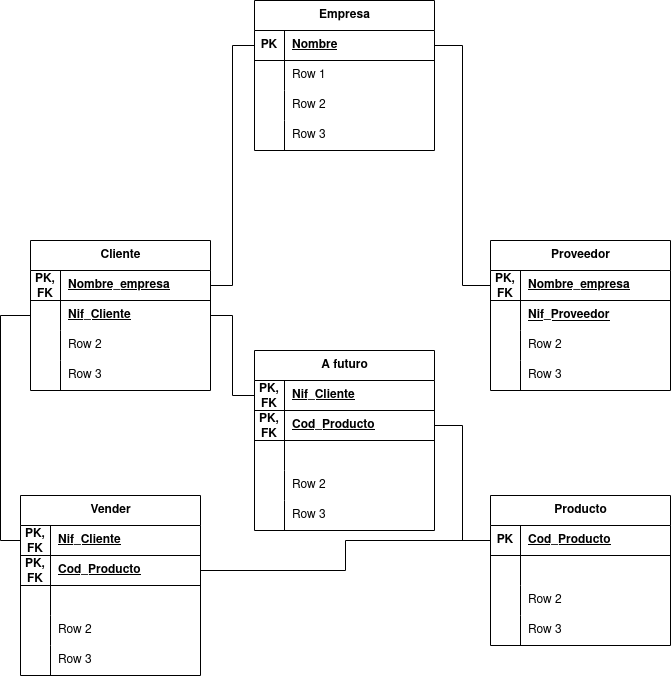
Before: Unidad-1/Tareas/Tareas-evaluables/Tarea-evaluable-5/tarea-empresa-compraventa.drawio.png, a diagram exported from draw.io (LuisMGlez/base-datos). Source tidied: cells renumbered, new cells last; positions are measured from the earlier drawing's top-left corner, leaving out a move shared by most shapes.
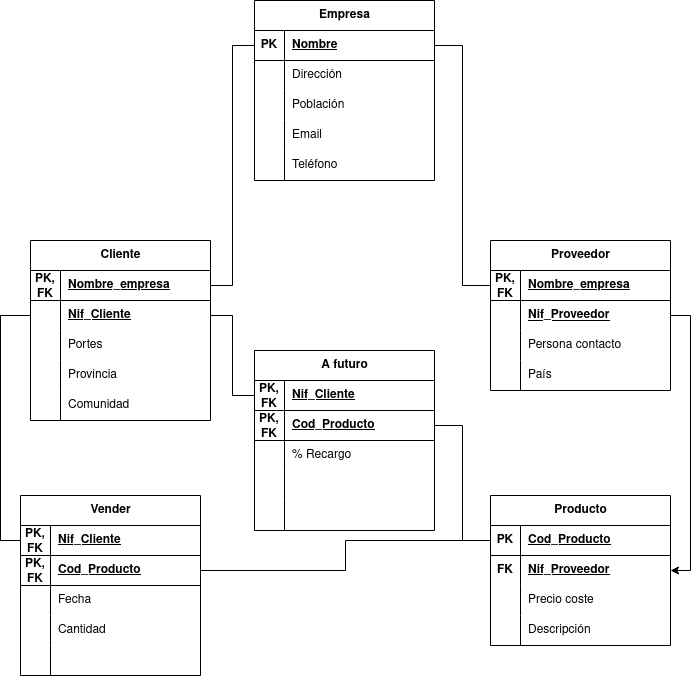
The same diagram one commit later.

The edit, as a diff of the source:
```diff
@@ -3,7 +3,7 @@
     <mxCell id="0" />
     <mxCell id="1" parent="0" />
     <mxCell id="2" value="Cliente" style="shape=table;startSize=30;rowLines=0;fontStyle=1;align=center;html=1;" parent="1" vertex="1">
-      <mxGeometry x="10" y="240" width="180" height="150" as="geometry" />
+      <mxGeometry x="10" y="240" width="180" height="180" as="geometry" />
     </mxCell>
     <mxCell id="3" style="shape=tableRow;horizontal=0;startSize=0;swimlaneHead=0;swimlaneBody=0;fillColor=none;points=[[0,0.5],[1,0.5]];portConstraint=eastwest;top=0;left=0;right=0;bottom=1;" parent="2" vertex="1">
       <mxGeometry y="30" width="180" height="30" as="geometry" />
@@ -23,26 +23,35 @@
     <mxCell id="8" value="&lt;b&gt;&lt;u&gt;Nif_Cliente&lt;/u&gt;&lt;/b&gt;" style="shape=partialRectangle;fillColor=none;top=0;left=0;bottom=0;right=0;align=left;spacingLeft=6;overflow=hidden;whiteSpace=wrap;html=1;" parent="6" vertex="1">
       <mxGeometry x="30" width="150" height="30" as="geometry" />
     </mxCell>
+    <mxCell id="92" style="shape=tableRow;horizontal=0;startSize=0;swimlaneHead=0;swimlaneBody=0;fillColor=none;top=0;left=0;right=0;bottom=0;" parent="2" vertex="1">
+      <mxGeometry y="90" width="180" height="30" as="geometry" />
+    </mxCell>
+    <mxCell id="93" style="shape=partialRectangle;fillColor=none;top=0;left=0;bottom=0;right=0;overflow=hidden;whiteSpace=wrap;html=1;" parent="92" vertex="1">
+      <mxGeometry width="30" height="30" as="geometry" />
+    </mxCell>
+    <mxCell id="94" value="Portes" style="shape=partialRectangle;fillColor=none;top=0;left=0;bottom=0;right=0;align=left;spacingLeft=6;overflow=hidden;whiteSpace=wrap;html=1;" parent="92" vertex="1">
+      <mxGeometry x="30" width="150" height="30" as="geometry" />
+    </mxCell>
     <mxCell id="9" style="shape=tableRow;horizontal=0;startSize=0;swimlaneHead=0;swimlaneBody=0;fillColor=none;top=0;left=0;right=0;bottom=0;" parent="2" vertex="1">
-      <mxGeometry y="90" width="180" height="30" as="geometry" />
+      <mxGeometry y="120" width="180" height="30" as="geometry" />
     </mxCell>
     <mxCell id="10" style="shape=partialRectangle;fillColor=none;top=0;left=0;bottom=0;right=0;overflow=hidden;whiteSpace=wrap;html=1;" parent="9" vertex="1">
       <mxGeometry width="30" height="30" as="geometry" />
     </mxCell>
-    <mxCell id="11" value="Row 2" style="shape=partialRectangle;fillColor=none;top=0;left=0;bottom=0;right=0;align=left;spacingLeft=6;overflow=hidden;whiteSpace=wrap;html=1;" parent="9" vertex="1">
+    <mxCell id="11" value="Provincia" style="shape=partialRectangle;fillColor=none;top=0;left=0;bottom=0;right=0;align=left;spacingLeft=6;overflow=hidden;whiteSpace=wrap;html=1;" parent="9" vertex="1">
       <mxGeometry x="30" width="150" height="30" as="geometry" />
     </mxCell>
     <mxCell id="12" style="shape=tableRow;horizontal=0;startSize=0;swimlaneHead=0;swimlaneBody=0;fillColor=none;top=0;left=0;right=0;bottom=0;" parent="2" vertex="1">
-      <mxGeometry y="120" width="180" height="30" as="geometry" />
+      <mxGeometry y="150" width="180" height="30" as="geometry" />
     </mxCell>
     <mxCell id="13" style="shape=partialRectangle;fillColor=none;top=0;left=0;bottom=0;right=0;overflow=hidden;whiteSpace=wrap;html=1;" parent="12" vertex="1">
       <mxGeometry width="30" height="30" as="geometry" />
     </mxCell>
-    <mxCell id="14" value="Row 3" style="shape=partialRectangle;fillColor=none;top=0;left=0;bottom=0;right=0;align=left;spacingLeft=6;overflow=hidden;whiteSpace=wrap;html=1;" parent="12" vertex="1">
+    <mxCell id="14" value="Comunidad" style="shape=partialRectangle;fillColor=none;top=0;left=0;bottom=0;right=0;align=left;spacingLeft=6;overflow=hidden;whiteSpace=wrap;html=1;" parent="12" vertex="1">
       <mxGeometry x="30" width="150" height="30" as="geometry" />
     </mxCell>
     <mxCell id="15" value="Empresa" style="shape=table;startSize=30;rowLines=0;fontStyle=1;align=center;html=1;" parent="1" vertex="1">
-      <mxGeometry x="234" width="180" height="150" as="geometry" />
+      <mxGeometry x="234" width="180" height="180" as="geometry" />
     </mxCell>
     <mxCell id="16" style="shape=tableRow;horizontal=0;startSize=0;swimlaneHead=0;swimlaneBody=0;fillColor=none;points=[[0,0.5],[1,0.5]];portConstraint=eastwest;top=0;left=0;right=0;bottom=1;" parent="15" vertex="1">
       <mxGeometry y="30" width="180" height="30" as="geometry" />
@@ -59,7 +68,7 @@
     <mxCell id="20" style="shape=partialRectangle;fillColor=none;top=0;left=0;bottom=0;right=0;overflow=hidden;whiteSpace=wrap;html=1;" parent="19" vertex="1">
       <mxGeometry width="30" height="30" as="geometry" />
     </mxCell>
-    <mxCell id="21" value="Row 1" style="shape=partialRectangle;fillColor=none;top=0;left=0;bottom=0;right=0;align=left;spacingLeft=6;overflow=hidden;whiteSpace=wrap;html=1;" parent="19" vertex="1">
+    <mxCell id="21" value="Dirección" style="shape=partialRectangle;fillColor=none;top=0;left=0;bottom=0;right=0;align=left;spacingLeft=6;overflow=hidden;whiteSpace=wrap;html=1;" parent="19" vertex="1">
       <mxGeometry x="30" width="150" height="30" as="geometry" />
     </mxCell>
     <mxCell id="22" style="shape=tableRow;horizontal=0;startSize=0;swimlaneHead=0;swimlaneBody=0;fillColor=none;top=0;left=0;right=0;bottom=0;" parent="15" vertex="1">
@@ -68,16 +77,25 @@
     <mxCell id="23" style="shape=partialRectangle;fillColor=none;top=0;left=0;bottom=0;right=0;overflow=hidden;whiteSpace=wrap;html=1;" parent="22" vertex="1">
       <mxGeometry width="30" height="30" as="geometry" />
     </mxCell>
-    <mxCell id="24" value="Row 2" style="shape=partialRectangle;fillColor=none;top=0;left=0;bottom=0;right=0;align=left;spacingLeft=6;overflow=hidden;whiteSpace=wrap;html=1;" parent="22" vertex="1">
+    <mxCell id="24" value="Población" style="shape=partialRectangle;fillColor=none;top=0;left=0;bottom=0;right=0;align=left;spacingLeft=6;overflow=hidden;whiteSpace=wrap;html=1;" parent="22" vertex="1">
       <mxGeometry x="30" width="150" height="30" as="geometry" />
     </mxCell>
+    <mxCell id="95" style="shape=tableRow;horizontal=0;startSize=0;swimlaneHead=0;swimlaneBody=0;fillColor=none;top=0;left=0;right=0;bottom=0;" parent="15" vertex="1">
+      <mxGeometry y="120" width="180" height="30" as="geometry" />
+    </mxCell>
+    <mxCell id="96" style="shape=partialRectangle;fillColor=none;top=0;left=0;bottom=0;right=0;overflow=hidden;whiteSpace=wrap;html=1;" parent="95" vertex="1">
+      <mxGeometry width="30" height="30" as="geometry" />
+    </mxCell>
+    <mxCell id="97" value="Email" style="shape=partialRectangle;fillColor=none;top=0;left=0;bottom=0;right=0;align=left;spacingLeft=6;overflow=hidden;whiteSpace=wrap;html=1;" parent="95" vertex="1">
+      <mxGeometry x="30" width="150" height="30" as="geometry" />
+    </mxCell>
     <mxCell id="25" style="shape=tableRow;horizontal=0;startSize=0;swimlaneHead=0;swimlaneBody=0;fillColor=none;top=0;left=0;right=0;bottom=0;" parent="15" vertex="1">
-      <mxGeometry y="120" width="180" height="30" as="geometry" />
+      <mxGeometry y="150" width="180" height="30" as="geometry" />
     </mxCell>
     <mxCell id="26" style="shape=partialRectangle;fillColor=none;top=0;left=0;bottom=0;right=0;overflow=hidden;whiteSpace=wrap;html=1;" parent="25" vertex="1">
       <mxGeometry width="30" height="30" as="geometry" />
     </mxCell>
-    <mxCell id="27" value="Row 3" style="shape=partialRectangle;fillColor=none;top=0;left=0;bottom=0;right=0;align=left;spacingLeft=6;overflow=hidden;whiteSpace=wrap;html=1;" parent="25" vertex="1">
+    <mxCell id="27" value="Teléfono" style="shape=partialRectangle;fillColor=none;top=0;left=0;bottom=0;right=0;align=left;spacingLeft=6;overflow=hidden;whiteSpace=wrap;html=1;" parent="25" vertex="1">
       <mxGeometry x="30" width="150" height="30" as="geometry" />
     </mxCell>
     <mxCell id="28" value="Proveedor" style="shape=table;startSize=30;rowLines=0;fontStyle=1;align=center;html=1;" parent="1" vertex="1">
@@ -107,7 +125,7 @@
     <mxCell id="36" style="shape=partialRectangle;fillColor=none;top=0;left=0;bottom=0;right=0;overflow=hidden;whiteSpace=wrap;html=1;" parent="35" vertex="1">
       <mxGeometry width="30" height="30" as="geometry" />
     </mxCell>
-    <mxCell id="37" value="Row 2" style="shape=partialRectangle;fillColor=none;top=0;left=0;bottom=0;right=0;align=left;spacingLeft=6;overflow=hidden;whiteSpace=wrap;html=1;" parent="35" vertex="1">
+    <mxCell id="37" value="Persona contacto" style="shape=partialRectangle;fillColor=none;top=0;left=0;bottom=0;right=0;align=left;spacingLeft=6;overflow=hidden;whiteSpace=wrap;html=1;" parent="35" vertex="1">
       <mxGeometry x="30" width="150" height="30" as="geometry" />
     </mxCell>
     <mxCell id="38" style="shape=tableRow;horizontal=0;startSize=0;swimlaneHead=0;swimlaneBody=0;fillColor=none;top=0;left=0;right=0;bottom=0;" parent="28" vertex="1">
@@ -116,7 +134,7 @@
     <mxCell id="39" style="shape=partialRectangle;fillColor=none;top=0;left=0;bottom=0;right=0;overflow=hidden;whiteSpace=wrap;html=1;" parent="38" vertex="1">
       <mxGeometry width="30" height="30" as="geometry" />
     </mxCell>
-    <mxCell id="40" value="Row 3" style="shape=partialRectangle;fillColor=none;top=0;left=0;bottom=0;right=0;align=left;spacingLeft=6;overflow=hidden;whiteSpace=wrap;html=1;" parent="38" vertex="1">
+    <mxCell id="40" value="País" style="shape=partialRectangle;fillColor=none;top=0;left=0;bottom=0;right=0;align=left;spacingLeft=6;overflow=hidden;whiteSpace=wrap;html=1;" parent="38" vertex="1">
       <mxGeometry x="30" width="150" height="30" as="geometry" />
     </mxCell>
     <mxCell id="41" style="edgeStyle=orthogonalEdgeStyle;rounded=0;jettySize=auto;html=1;exitX=0;exitY=0.5;exitDx=0;exitDy=0;entryX=1;entryY=0.5;entryDx=0;entryDy=0;endArrow=none;endFill=0;" parent="1" edge="1" source="16" target="3">
@@ -140,10 +158,10 @@
     <mxCell id="47" style="shape=tableRow;horizontal=0;startSize=0;swimlaneHead=0;swimlaneBody=0;fillColor=none;top=0;left=0;right=0;bottom=0;" parent="43" vertex="1">
       <mxGeometry y="60" width="180" height="30" as="geometry" />
     </mxCell>
-    <mxCell id="48" style="shape=partialRectangle;fillColor=none;top=0;left=0;bottom=0;right=0;overflow=hidden;whiteSpace=wrap;html=1;" parent="47" vertex="1">
+    <mxCell id="48" value="&lt;b&gt;FK&lt;/b&gt;" style="shape=partialRectangle;fillColor=none;top=0;left=0;bottom=0;right=0;overflow=hidden;whiteSpace=wrap;html=1;" parent="47" vertex="1">
       <mxGeometry width="30" height="30" as="geometry" />
     </mxCell>
-    <mxCell id="49" style="shape=partialRectangle;fillColor=none;top=0;left=0;bottom=0;right=0;align=left;spacingLeft=6;overflow=hidden;whiteSpace=wrap;html=1;" parent="47" vertex="1">
+    <mxCell id="49" value="&lt;b&gt;&lt;u&gt;Nif_Proveedor&lt;/u&gt;&lt;/b&gt;" style="shape=partialRectangle;fillColor=none;top=0;left=0;bottom=0;right=0;align=left;spacingLeft=6;overflow=hidden;whiteSpace=wrap;html=1;" parent="47" vertex="1">
       <mxGeometry x="30" width="150" height="30" as="geometry" />
     </mxCell>
     <mxCell id="50" style="shape=tableRow;horizontal=0;startSize=0;swimlaneHead=0;swimlaneBody=0;fillColor=none;top=0;left=0;right=0;bottom=0;" parent="43" vertex="1">
@@ -152,7 +170,7 @@
     <mxCell id="51" style="shape=partialRectangle;fillColor=none;top=0;left=0;bottom=0;right=0;overflow=hidden;whiteSpace=wrap;html=1;" parent="50" vertex="1">
       <mxGeometry width="30" height="30" as="geometry" />
     </mxCell>
-    <mxCell id="52" value="Row 2" style="shape=partialRectangle;fillColor=none;top=0;left=0;bottom=0;right=0;align=left;spacingLeft=6;overflow=hidden;whiteSpace=wrap;html=1;" parent="50" vertex="1">
+    <mxCell id="52" value="Precio coste" style="shape=partialRectangle;fillColor=none;top=0;left=0;bottom=0;right=0;align=left;spacingLeft=6;overflow=hidden;whiteSpace=wrap;html=1;" parent="50" vertex="1">
       <mxGeometry x="30" width="150" height="30" as="geometry" />
     </mxCell>
     <mxCell id="53" style="shape=tableRow;horizontal=0;startSize=0;swimlaneHead=0;swimlaneBody=0;fillColor=none;top=0;left=0;right=0;bottom=0;" parent="43" vertex="1">
@@ -161,7 +179,7 @@
     <mxCell id="54" style="shape=partialRectangle;fillColor=none;top=0;left=0;bottom=0;right=0;overflow=hidden;whiteSpace=wrap;html=1;" parent="53" vertex="1">
       <mxGeometry width="30" height="30" as="geometry" />
     </mxCell>
-    <mxCell id="55" value="Row 3" style="shape=partialRectangle;fillColor=none;top=0;left=0;bottom=0;right=0;align=left;spacingLeft=6;overflow=hidden;whiteSpace=wrap;html=1;" parent="53" vertex="1">
+    <mxCell id="55" value="Descripción" style="shape=partialRectangle;fillColor=none;top=0;left=0;bottom=0;right=0;align=left;spacingLeft=6;overflow=hidden;whiteSpace=wrap;html=1;" parent="53" vertex="1">
       <mxGeometry x="30" width="150" height="30" as="geometry" />
     </mxCell>
     <mxCell id="56" value="A futuro" style="shape=table;startSize=30;rowLines=0;fontStyle=1;align=center;html=1;" parent="1" vertex="1">
@@ -191,7 +209,7 @@
     <mxCell id="64" style="shape=partialRectangle;fillColor=none;top=0;left=0;bottom=0;right=0;overflow=hidden;whiteSpace=wrap;html=1;" parent="63" vertex="1">
       <mxGeometry width="30" height="30" as="geometry" />
     </mxCell>
-    <mxCell id="65" style="shape=partialRectangle;fillColor=none;top=0;left=0;bottom=0;right=0;align=left;spacingLeft=6;overflow=hidden;whiteSpace=wrap;html=1;" parent="63" vertex="1">
+    <mxCell id="65" value="% Recargo" style="shape=partialRectangle;fillColor=none;top=0;left=0;bottom=0;right=0;align=left;spacingLeft=6;overflow=hidden;whiteSpace=wrap;html=1;" parent="63" vertex="1">
       <mxGeometry x="30" width="150" height="30" as="geometry" />
     </mxCell>
     <mxCell id="66" style="shape=tableRow;horizontal=0;startSize=0;swimlaneHead=0;swimlaneBody=0;fillColor=none;top=0;left=0;right=0;bottom=0;" parent="56" vertex="1">
@@ -200,7 +218,7 @@
     <mxCell id="67" style="shape=partialRectangle;fillColor=none;top=0;left=0;bottom=0;right=0;overflow=hidden;whiteSpace=wrap;html=1;" parent="66" vertex="1">
       <mxGeometry width="30" height="30" as="geometry" />
     </mxCell>
-    <mxCell id="68" value="Row 2" style="shape=partialRectangle;fillColor=none;top=0;left=0;bottom=0;right=0;align=left;spacingLeft=6;overflow=hidden;whiteSpace=wrap;html=1;" parent="66" vertex="1">
+    <mxCell id="68" style="shape=partialRectangle;fillColor=none;top=0;left=0;bottom=0;right=0;align=left;spacingLeft=6;overflow=hidden;whiteSpace=wrap;html=1;" parent="66" vertex="1">
       <mxGeometry x="30" width="150" height="30" as="geometry" />
     </mxCell>
     <mxCell id="69" style="shape=tableRow;horizontal=0;startSize=0;swimlaneHead=0;swimlaneBody=0;fillColor=none;top=0;left=0;right=0;bottom=0;" parent="56" vertex="1">
@@ -209,7 +227,7 @@
     <mxCell id="70" style="shape=partialRectangle;fillColor=none;top=0;left=0;bottom=0;right=0;overflow=hidden;whiteSpace=wrap;html=1;" parent="69" vertex="1">
       <mxGeometry width="30" height="30" as="geometry" />
     </mxCell>
-    <mxCell id="71" value="Row 3" style="shape=partialRectangle;fillColor=none;top=0;left=0;bottom=0;right=0;align=left;spacingLeft=6;overflow=hidden;whiteSpace=wrap;html=1;" parent="69" vertex="1">
+    <mxCell id="71" style="shape=partialRectangle;fillColor=none;top=0;left=0;bottom=0;right=0;align=left;spacingLeft=6;overflow=hidden;whiteSpace=wrap;html=1;" parent="69" vertex="1">
       <mxGeometry x="30" width="150" height="30" as="geometry" />
     </mxCell>
     <mxCell id="72" value="Vender" style="shape=table;startSize=30;rowLines=0;fontStyle=1;align=center;html=1;" parent="1" vertex="1">
@@ -239,7 +257,7 @@
     <mxCell id="80" style="shape=partialRectangle;fillColor=none;top=0;left=0;bottom=0;right=0;overflow=hidden;whiteSpace=wrap;html=1;" parent="79" vertex="1">
       <mxGeometry width="30" height="30" as="geometry" />
     </mxCell>
-    <mxCell id="81" style="shape=partialRectangle;fillColor=none;top=0;left=0;bottom=0;right=0;align=left;spacingLeft=6;overflow=hidden;whiteSpace=wrap;html=1;" parent="79" vertex="1">
+    <mxCell id="81" value="Fecha" style="shape=partialRectangle;fillColor=none;top=0;left=0;bottom=0;right=0;align=left;spacingLeft=6;overflow=hidden;whiteSpace=wrap;html=1;" parent="79" vertex="1">
       <mxGeometry x="30" width="150" height="30" as="geometry" />
     </mxCell>
     <mxCell id="82" style="shape=tableRow;horizontal=0;startSize=0;swimlaneHead=0;swimlaneBody=0;fillColor=none;top=0;left=0;right=0;bottom=0;" parent="72" vertex="1">
@@ -248,7 +266,7 @@
     <mxCell id="83" style="shape=partialRectangle;fillColor=none;top=0;left=0;bottom=0;right=0;overflow=hidden;whiteSpace=wrap;html=1;" parent="82" vertex="1">
       <mxGeometry width="30" height="30" as="geometry" />
     </mxCell>
-    <mxCell id="84" value="Row 2" style="shape=partialRectangle;fillColor=none;top=0;left=0;bottom=0;right=0;align=left;spacingLeft=6;overflow=hidden;whiteSpace=wrap;html=1;" parent="82" vertex="1">
+    <mxCell id="84" value="Cantidad" style="shape=partialRectangle;fillColor=none;top=0;left=0;bottom=0;right=0;align=left;spacingLeft=6;overflow=hidden;whiteSpace=wrap;html=1;" parent="82" vertex="1">
       <mxGeometry x="30" width="150" height="30" as="geometry" />
     </mxCell>
     <mxCell id="85" style="shape=tableRow;horizontal=0;startSize=0;swimlaneHead=0;swimlaneBody=0;fillColor=none;top=0;left=0;right=0;bottom=0;" parent="72" vertex="1">
@@ -257,7 +275,7 @@
     <mxCell id="86" style="shape=partialRectangle;fillColor=none;top=0;left=0;bottom=0;right=0;overflow=hidden;whiteSpace=wrap;html=1;" parent="85" vertex="1">
       <mxGeometry width="30" height="30" as="geometry" />
     </mxCell>
-    <mxCell id="87" value="Row 3" style="shape=partialRectangle;fillColor=none;top=0;left=0;bottom=0;right=0;align=left;spacingLeft=6;overflow=hidden;whiteSpace=wrap;html=1;" parent="85" vertex="1">
+    <mxCell id="87" style="shape=partialRectangle;fillColor=none;top=0;left=0;bottom=0;right=0;align=left;spacingLeft=6;overflow=hidden;whiteSpace=wrap;html=1;" parent="85" vertex="1">
       <mxGeometry x="30" width="150" height="30" as="geometry" />
     </mxCell>
     <mxCell id="88" style="edgeStyle=orthogonalEdgeStyle;rounded=0;jettySize=auto;html=1;exitX=0;exitY=0.5;exitDx=0;exitDy=0;entryX=0;entryY=0.5;entryDx=0;entryDy=0;endArrow=none;endFill=0;" parent="1" edge="1" source="6" target="73">
@@ -272,5 +290,8 @@
     <mxCell id="91" style="edgeStyle=orthogonalEdgeStyle;rounded=0;jettySize=auto;html=1;exitX=0;exitY=0.5;exitDx=0;exitDy=0;entryX=1;entryY=0.5;entryDx=0;entryDy=0;endArrow=none;endFill=0;" parent="1" edge="1" source="44" target="60">
       <mxGeometry relative="1" as="geometry" />
     </mxCell>
+    <mxCell id="98" style="edgeStyle=orthogonalEdgeStyle;rounded=0;jettySize=auto;html=1;exitX=1;exitY=0.5;exitDx=0;exitDy=0;entryX=1;entryY=0.5;entryDx=0;entryDy=0;" parent="1" edge="1" source="32" target="43">
+      <mxGeometry relative="1" as="geometry" />
+    </mxCell>
   </root>
 </mxGraphModel>
```
